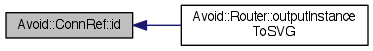
This is documentation/classAvoid_1_1ConnRef_a2bc4552e6d1b80c9ec38a971efb0d378_icgraph.png from mjwybrow/adaptagrams, a Graphviz export, as it was before one commit. Its source is kept beside it as documentation/classAvoid_1_1ConnRef_a2bc4552e6d1b80c9ec38a971efb0d378_icgraph.dot.
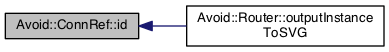
The same file after the commit.

Diff of the diagram source:
```diff
@@ -3,7 +3,7 @@
   edge [fontname="Helvetica",fontsize="10",labelfontname="Helvetica",labelfontsize="10"];
   node [fontname="Helvetica",fontsize="10",shape=record];
   rankdir="LR";
-  Node1 [label="Avoid::ConnRef::id",height=0.2,width=0.4,color="black", fillcolor="grey75", style="filled" fontcolor="black"];
+  Node1 [label="Avoid::ConnRef::id",height=0.2,width=0.4,color="black", fillcolor="grey75", style="filled", fontcolor="black"];
   Node1 -> Node2 [dir="back",color="midnightblue",fontsize="10",style="solid",fontname="Helvetica"];
   Node2 [label="Avoid::Router::outputInstance\lToSVG",height=0.2,width=0.4,color="black", fillcolor="white", style="filled",URL="$classAvoid_1_1Router.html#a458aae2d6447e0958e4916a8c29bbb47",tooltip="Generates an SVG file containing debug output and code that can be used to regenerate the instance..."];
 }
```
